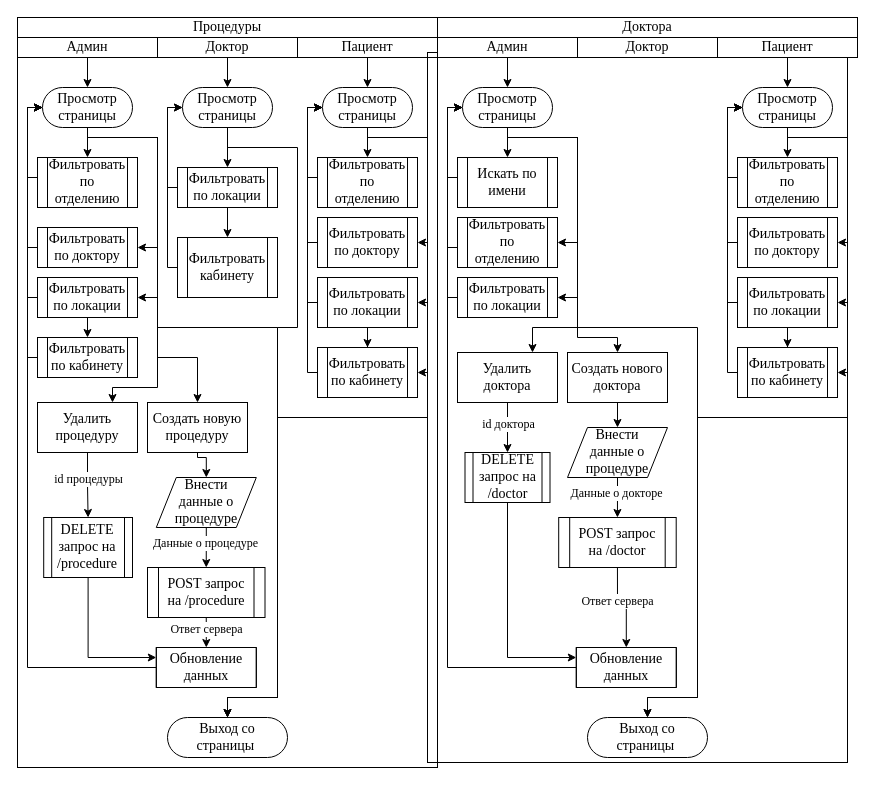
Before: procedures and patients.drawio in arturyumaev/Bachelor-Diploma-Docs, a draw.io diagram. Source tidied: cells renumbered, new cells numbered last; positions are measured from the earlier drawing's top-left corner, leaving out a move shared by most shapes. Both pictures are drawn from the tidied source at 100%, with x=0, y=0 at pixel (17, 17).
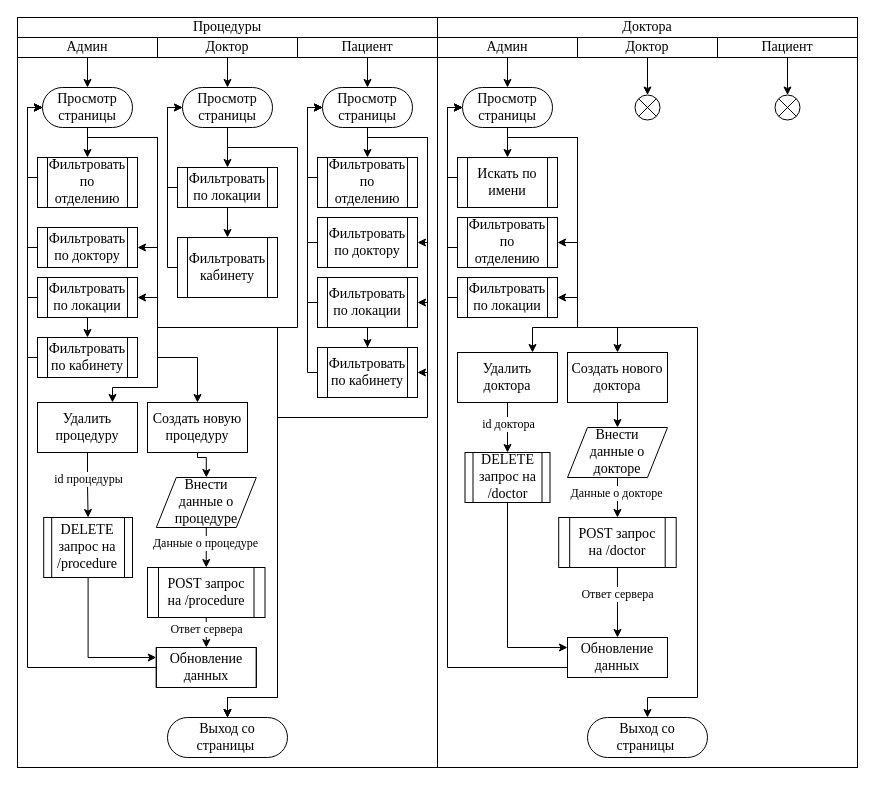
The same diagram, later.

The change refers to these unchanged cells:
```xml
<mxCell id="68" value="&lt;font style=&quot;font-size: 14px&quot; face=&quot;Times New Roman&quot;&gt;Доктор&lt;/font&gt;" style="rounded=0;whiteSpace=wrap;html=1;" parent="1" vertex="1">
  <mxGeometry x="560" y="20" width="140" height="20" as="geometry" />
</mxCell>
<mxCell id="70" value="&lt;font style=&quot;font-size: 14px&quot; face=&quot;Times New Roman&quot;&gt;Пациент&lt;/font&gt;" style="rounded=0;whiteSpace=wrap;html=1;" parent="1" vertex="1">
  <mxGeometry x="700" y="20" width="140" height="20" as="geometry" />
</mxCell>
<mxCell id="78" value="&lt;font style=&quot;font-size: 14px&quot; face=&quot;Times New Roman&quot;&gt;Просмотр страницы&lt;/font&gt;" style="rounded=1;whiteSpace=wrap;html=1;fillColor=none;arcSize=50;" parent="1" vertex="1">
  <mxGeometry x="445" y="70" width="90" height="40" as="geometry" />
</mxCell>
<mxCell id="79" value="&lt;font style=&quot;font-size: 14px&quot; face=&quot;Times New Roman&quot;&gt;Выход со страницы&amp;nbsp;&lt;/font&gt;" style="rounded=1;whiteSpace=wrap;html=1;fillColor=none;arcSize=50;" parent="1" vertex="1">
  <mxGeometry x="570" y="700" width="120" height="40" as="geometry" />
</mxCell>
<mxCell id="97" value="&lt;font style=&quot;font-size: 14px&quot; face=&quot;Times New Roman&quot;&gt;Создать нового доктора&lt;/font&gt;" style="shape=process;whiteSpace=wrap;html=1;backgroundOutline=1;fillColor=none;size=0;" parent="1" vertex="1">
  <mxGeometry x="550" y="335" width="100" height="50" as="geometry" />
</mxCell>
```

Diff of the diagram source:
```diff
@@
     <mxCell id="64" style="rounded=0;whiteSpace=wrap;html=1;fillColor=none;" parent="1" vertex="1">
-      <mxGeometry x="410" y="35" width="420" height="710" as="geometry" />
+      <mxGeometry x="420" y="40" width="420" height="710" as="geometry" />
     </mxCell>
@@
+    <mxCell id="118" style="edgeStyle=none;rounded=0;jettySize=auto;html=1;entryX=0.5;entryY=0;entryDx=0;entryDy=0;endArrow=classic;endFill=1;" parent="1" edge="1" source="68" target="120">
+      <mxGeometry relative="1" as="geometry" />
+    </mxCell>
@@
-    <mxCell id="69" style="edgeStyle=orthogonalEdgeStyle;rounded=0;jettySize=auto;html=1;exitX=0.5;exitY=1;exitDx=0;exitDy=0;entryX=0.5;entryY=0;entryDx=0;entryDy=0;endArrow=classic;endFill=1;" parent="1" edge="1" source="70" target="87">
-      <mxGeometry relative="1" as="geometry" />
-    </mxCell>
+    <mxCell id="119" style="edgeStyle=none;rounded=0;jettySize=auto;html=1;entryX=0.5;entryY=0;entryDx=0;entryDy=0;endArrow=classic;endFill=1;" parent="1" edge="1" source="70" target="123">
+      <mxGeometry relative="1" as="geometry" />
+    </mxCell>
@@
     <mxCell id="75" style="edgeStyle=orthogonalEdgeStyle;rounded=0;jettySize=auto;html=1;entryX=0.5;entryY=0;entryDx=0;entryDy=0;" parent="1" edge="1" source="78" target="97">
       <mxGeometry relative="1" as="geometry">
         <Array as="points">
           <mxPoint x="490" y="120" />
           <mxPoint x="560" y="120" />
-          <mxPoint x="560" y="320" />
-          <mxPoint x="600" y="320" />
+          <mxPoint x="560" y="310" />
+          <mxPoint x="600" y="310" />
         </Array>
       </mxGeometry>
     </mxCell>
@@
-    <mxCell id="82" style="edgeStyle=orthogonalEdgeStyle;rounded=0;jettySize=auto;html=1;exitX=0.5;exitY=1;exitDx=0;exitDy=0;entryX=0.5;entryY=0;entryDx=0;entryDy=0;endArrow=classic;endFill=1;" parent="1" edge="1" source="87" target="93">
-      <mxGeometry relative="1" as="geometry" />
-    </mxCell>
-    <mxCell id="83" style="edgeStyle=orthogonalEdgeStyle;rounded=0;jettySize=auto;html=1;exitX=0.5;exitY=1;exitDx=0;exitDy=0;entryX=1;entryY=0.5;entryDx=0;entryDy=0;endArrow=classic;endFill=1;" parent="1" edge="1" source="87" target="95">
-      <mxGeometry relative="1" as="geometry">
-        <Array as="points">
-          <mxPoint x="770" y="120" />
-          <mxPoint x="830" y="120" />
-          <mxPoint x="830" y="225" />
-        </Array>
-      </mxGeometry>
-    </mxCell>
-    <mxCell id="84" style="edgeStyle=orthogonalEdgeStyle;rounded=0;jettySize=auto;html=1;exitX=0.5;exitY=1;exitDx=0;exitDy=0;entryX=0.5;entryY=0;entryDx=0;entryDy=0;endArrow=classic;endFill=1;" parent="1" edge="1" source="87" target="79">
-      <mxGeometry relative="1" as="geometry">
-        <Array as="points">
-          <mxPoint x="770" y="120" />
-          <mxPoint x="830" y="120" />
-          <mxPoint x="830" y="400" />
-          <mxPoint x="680" y="400" />
-          <mxPoint x="680" y="680" />
-          <mxPoint x="630" y="680" />
-        </Array>
-      </mxGeometry>
-    </mxCell>
-    <mxCell id="85" style="edgeStyle=orthogonalEdgeStyle;rounded=0;jettySize=auto;html=1;exitX=0.5;exitY=1;exitDx=0;exitDy=0;entryX=1;entryY=0.5;entryDx=0;entryDy=0;" parent="1" edge="1" source="87" target="108">
-      <mxGeometry relative="1" as="geometry">
-        <Array as="points">
-          <mxPoint x="770" y="120" />
-          <mxPoint x="830" y="120" />
-          <mxPoint x="830" y="285" />
-        </Array>
-      </mxGeometry>
-    </mxCell>
-    <mxCell id="86" style="edgeStyle=orthogonalEdgeStyle;rounded=0;jettySize=auto;html=1;entryX=1;entryY=0.5;entryDx=0;entryDy=0;" parent="1" edge="1" source="87" target="110">
-      <mxGeometry relative="1" as="geometry">
-        <Array as="points">
-          <mxPoint x="770" y="120" />
-          <mxPoint x="830" y="120" />
-          <mxPoint x="830" y="355" />
-        </Array>
-      </mxGeometry>
-    </mxCell>
-    <mxCell id="87" value="&lt;font style=&quot;font-size: 14px&quot; face=&quot;Times New Roman&quot;&gt;Просмотр страницы&lt;/font&gt;" style="rounded=1;whiteSpace=wrap;html=1;fillColor=none;arcSize=50;" parent="1" vertex="1">
-      <mxGeometry x="725" y="70" width="90" height="40" as="geometry" />
-    </mxCell>
@@
-    <mxCell id="92" style="edgeStyle=orthogonalEdgeStyle;rounded=0;jettySize=auto;html=1;exitX=0;exitY=0.5;exitDx=0;exitDy=0;entryX=0;entryY=0.5;entryDx=0;entryDy=0;endArrow=classic;endFill=1;" parent="1" edge="1" source="93" target="87">
-      <mxGeometry relative="1" as="geometry">
-        <Array as="points">
-          <mxPoint x="710" y="160" />
-          <mxPoint x="710" y="90" />
-        </Array>
-      </mxGeometry>
-    </mxCell>
-    <mxCell id="93" value="&lt;font style=&quot;font-size: 14px&quot; face=&quot;Times New Roman&quot;&gt;Фильтровать по отделению&lt;/font&gt;" style="shape=process;whiteSpace=wrap;html=1;backgroundOutline=1;fillColor=none;" parent="1" vertex="1">
-      <mxGeometry x="720" y="140" width="100" height="50" as="geometry" />
-    </mxCell>
-    <mxCell id="94" style="edgeStyle=orthogonalEdgeStyle;rounded=0;jettySize=auto;html=1;exitX=0;exitY=0.5;exitDx=0;exitDy=0;entryX=0;entryY=0.5;entryDx=0;entryDy=0;endArrow=classic;endFill=1;" parent="1" edge="1" source="95" target="87">
-      <mxGeometry relative="1" as="geometry">
-        <Array as="points">
-          <mxPoint x="710" y="225" />
-          <mxPoint x="710" y="90" />
-        </Array>
-      </mxGeometry>
-    </mxCell>
-    <mxCell id="95" value="&lt;font style=&quot;font-size: 14px&quot; face=&quot;Times New Roman&quot;&gt;Фильтровать по доктору&lt;/font&gt;" style="shape=process;whiteSpace=wrap;html=1;backgroundOutline=1;fillColor=none;" parent="1" vertex="1">
-      <mxGeometry x="720" y="200" width="100" height="50" as="geometry" />
-    </mxCell>
@@
-    <mxCell id="100" value="&lt;font style=&quot;font-size: 14px&quot; face=&quot;Times New Roman&quot;&gt;Внести&lt;br&gt;данные о процедуре&lt;/font&gt;" style="shape=parallelogram;perimeter=parallelogramPerimeter;whiteSpace=wrap;html=1;fixedSize=1;" parent="1" vertex="1">
+    <mxCell id="100" value="&lt;font style=&quot;font-size: 14px&quot; face=&quot;Times New Roman&quot;&gt;Внести&lt;br&gt;данные о докторе&lt;/font&gt;" style="shape=parallelogram;perimeter=parallelogramPerimeter;whiteSpace=wrap;html=1;fixedSize=1;" parent="1" vertex="1">
       <mxGeometry x="550" y="410" width="100" height="50" as="geometry" />
     </mxCell>
@@
     <mxCell id="105" value="&lt;font style=&quot;font-size: 14px&quot; face=&quot;Times New Roman&quot;&gt;Обновление данных&lt;/font&gt;" style="shape=process;whiteSpace=wrap;html=1;backgroundOutline=1;fillColor=none;size=0;" parent="1" vertex="1">
-      <mxGeometry x="558.8" y="630" width="100" height="40" as="geometry" />
+      <mxGeometry x="550" y="620" width="100" height="40" as="geometry" />
     </mxCell>
-    <mxCell id="106" style="edgeStyle=orthogonalEdgeStyle;rounded=0;jettySize=auto;html=1;entryX=0.5;entryY=0;entryDx=0;entryDy=0;" parent="1" edge="1" source="108" target="110">
-      <mxGeometry relative="1" as="geometry" />
-    </mxCell>
-    <mxCell id="107" style="edgeStyle=orthogonalEdgeStyle;rounded=0;jettySize=auto;html=1;entryX=0;entryY=0.5;entryDx=0;entryDy=0;" parent="1" edge="1" source="108" target="87">
-      <mxGeometry relative="1" as="geometry">
-        <Array as="points">
-          <mxPoint x="710" y="285" />
-          <mxPoint x="710" y="90" />
-        </Array>
-      </mxGeometry>
-    </mxCell>
-    <mxCell id="108" value="&lt;font style=&quot;font-size: 14px&quot; face=&quot;Times New Roman&quot;&gt;Фильтровать по локации&lt;/font&gt;" style="shape=process;whiteSpace=wrap;html=1;backgroundOutline=1;fillColor=none;" parent="1" vertex="1">
-      <mxGeometry x="720" y="260" width="100" height="50" as="geometry" />
-    </mxCell>
-    <mxCell id="109" style="edgeStyle=orthogonalEdgeStyle;rounded=0;jettySize=auto;html=1;entryX=0;entryY=0.5;entryDx=0;entryDy=0;" parent="1" edge="1" source="110" target="87">
-      <mxGeometry relative="1" as="geometry">
-        <Array as="points">
-          <mxPoint x="710" y="355" />
-          <mxPoint x="710" y="90" />
-        </Array>
-      </mxGeometry>
-    </mxCell>
-    <mxCell id="110" value="&lt;font style=&quot;font-size: 14px&quot; face=&quot;Times New Roman&quot;&gt;Фильтровать по кабинету&lt;/font&gt;" style="shape=process;whiteSpace=wrap;html=1;backgroundOutline=1;fillColor=none;" parent="1" vertex="1">
-      <mxGeometry x="720" y="330" width="100" height="50" as="geometry" />
-    </mxCell>
@@
+    <mxCell id="120" style="ellipse;whiteSpace=wrap;html=1;" parent="1" vertex="1">
+      <mxGeometry x="617.5" y="77.5" width="25" height="25" as="geometry" />
+    </mxCell>
+    <mxCell id="121" style="rounded=0;orthogonalLoop=1;jettySize=auto;html=1;exitX=0;exitY=0;exitDx=0;exitDy=0;entryX=1;entryY=1;entryDx=0;entryDy=0;endArrow=none;endFill=0;" parent="1" edge="1" source="120" target="120">
+      <mxGeometry relative="1" as="geometry" />
+    </mxCell>
+    <mxCell id="122" style="edgeStyle=none;rounded=0;orthogonalLoop=1;jettySize=auto;html=1;exitX=1;exitY=0;exitDx=0;exitDy=0;entryX=0;entryY=1;entryDx=0;entryDy=0;endArrow=none;endFill=0;" parent="1" edge="1" source="120" target="120">
+      <mxGeometry relative="1" as="geometry" />
+    </mxCell>
+    <mxCell id="123" style="ellipse;whiteSpace=wrap;html=1;" parent="1" vertex="1">
+      <mxGeometry x="757.5" y="77.5" width="25" height="25" as="geometry" />
+    </mxCell>
+    <mxCell id="124" style="edgeStyle=none;rounded=0;orthogonalLoop=1;jettySize=auto;html=1;exitX=0;exitY=0;exitDx=0;exitDy=0;entryX=1;entryY=1;entryDx=0;entryDy=0;endArrow=none;endFill=0;" parent="1" edge="1" source="123" target="123">
+      <mxGeometry relative="1" as="geometry" />
+    </mxCell>
+    <mxCell id="125" style="edgeStyle=none;rounded=0;orthogonalLoop=1;jettySize=auto;html=1;exitX=1;exitY=0;exitDx=0;exitDy=0;entryX=0;entryY=1;entryDx=0;entryDy=0;endArrow=none;endFill=0;" parent="1" edge="1" source="123" target="123">
+      <mxGeometry relative="1" as="geometry" />
+    </mxCell>
```
